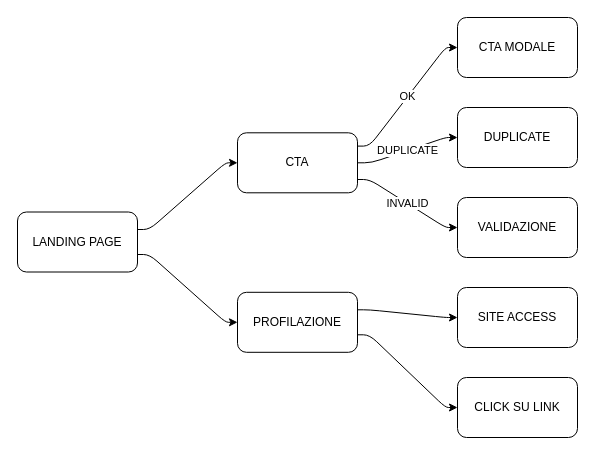
The draw.io diagram design/landingpage.drawio in Diquadro/TrickyDragons-Website, before the edit. Source tidied: cells renumbered, new cells numbered last; positions are measured from the earlier drawing's top-left corner, leaving out a move shared by most shapes. Both pictures are drawn from the tidied source at 100%, with x=0, y=0 at pixel (17, 17).
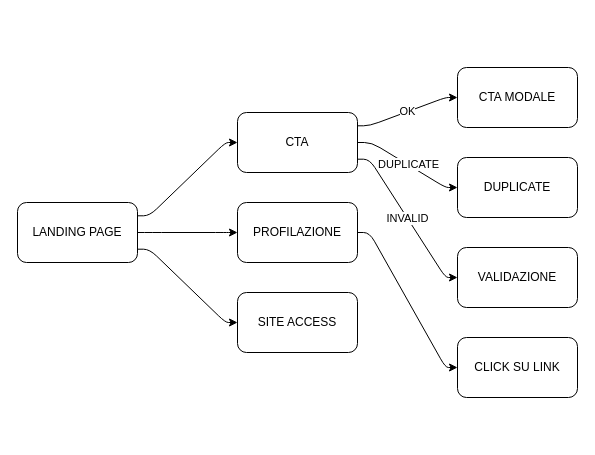
After the change.

The edit, as a diff of the source:
```diff
@@
     <mxCell id="2" style="edgeStyle=none;html=1;noEdgeStyle=1;orthogonal=1;" parent="1" edge="1" source="4" target="8">
       <mxGeometry relative="1" as="geometry">
         <Array as="points">
-          <mxPoint x="132" y="212" />
-          <mxPoint x="208" y="145.3" />
+          <mxPoint x="132" y="198.3" />
+          <mxPoint x="208" y="125" />
         </Array>
       </mxGeometry>
     </mxCell>
     <mxCell id="3" style="edgeStyle=none;html=1;noEdgeStyle=1;orthogonal=1;" parent="1" edge="1" source="4" target="14">
       <mxGeometry relative="1" as="geometry">
         <Array as="points">
-          <mxPoint x="132" y="237" />
-          <mxPoint x="208" y="304.8" />
+          <mxPoint x="134" y="215" />
+          <mxPoint x="208" y="215" />
         </Array>
       </mxGeometry>
     </mxCell>
     <mxCell id="4" value="LANDING PAGE" style="rounded=1;whiteSpace=wrap;html=1;" parent="1" vertex="1">
-      <mxGeometry y="194.5" width="120" height="60" as="geometry" />
+      <mxGeometry y="185" width="120" height="60" as="geometry" />
     </mxCell>
     <mxCell id="5" value="OK" style="edgeStyle=none;html=1;noEdgeStyle=1;orthogonal=1;" parent="1" edge="1" source="8" target="9">
       <mxGeometry relative="1" as="geometry">
         <Array as="points">
-          <mxPoint x="352" y="128.6" />
-          <mxPoint x="428" y="30" />
+          <mxPoint x="352" y="108.3" />
+          <mxPoint x="428" y="80" />
         </Array>
       </mxGeometry>
     </mxCell>
     <mxCell id="6" value="DUPLICATE" style="edgeStyle=none;html=1;noEdgeStyle=1;orthogonal=1;" parent="1" edge="1" source="8" target="10">
-      <mxGeometry relative="1" as="geometry">
+      <mxGeometry x="0.01" relative="1" as="geometry">
         <Array as="points">
-          <mxPoint x="354" y="145.3" />
-          <mxPoint x="428" y="120" />
+          <mxPoint x="354" y="125" />
+          <mxPoint x="428" y="170" />
         </Array>
       </mxGeometry>
     </mxCell>
     <mxCell id="7" value="INVALID" style="edgeStyle=none;html=1;noEdgeStyle=1;orthogonal=1;" parent="1" edge="1" source="8" target="11">
       <mxGeometry relative="1" as="geometry">
         <Array as="points">
-          <mxPoint x="352" y="162" />
-          <mxPoint x="428" y="210" />
+          <mxPoint x="352" y="141.7" />
+          <mxPoint x="428" y="260" />
         </Array>
       </mxGeometry>
     </mxCell>
     <mxCell id="8" value="CTA" style="rounded=1;whiteSpace=wrap;html=1;" parent="1" vertex="1">
-      <mxGeometry x="220" y="115.3" width="120" height="60" as="geometry" />
+      <mxGeometry x="220" y="95" width="120" height="60" as="geometry" />
     </mxCell>
     <mxCell id="9" value="CTA MODALE" style="rounded=1;whiteSpace=wrap;html=1;" parent="1" vertex="1">
-      <mxGeometry x="440" width="120" height="60" as="geometry" />
+      <mxGeometry x="440" y="50" width="120" height="60" as="geometry" />
     </mxCell>
     <mxCell id="10" value="DUPLICATE" style="rounded=1;whiteSpace=wrap;html=1;" parent="1" vertex="1">
-      <mxGeometry x="440" y="90" width="120" height="60" as="geometry" />
+      <mxGeometry x="440" y="140" width="120" height="60" as="geometry" />
     </mxCell>
     <mxCell id="11" value="VALIDAZIONE" style="rounded=1;whiteSpace=wrap;html=1;" parent="1" vertex="1">
-      <mxGeometry x="440" y="180" width="120" height="60" as="geometry" />
+      <mxGeometry x="440" y="230" width="120" height="60" as="geometry" />
     </mxCell>
-    <mxCell id="12" style="edgeStyle=none;html=1;noEdgeStyle=1;orthogonal=1;" parent="1" edge="1" source="14" target="15">
+    <mxCell id="12" style="edgeStyle=none;html=1;noEdgeStyle=1;orthogonal=1;" parent="1" edge="1" source="4" target="15">
       <mxGeometry relative="1" as="geometry">
         <Array as="points">
-          <mxPoint x="352" y="292.3" />
-          <mxPoint x="428" y="300" />
+          <mxPoint x="132" y="231.7" />
+          <mxPoint x="208" y="305" />
         </Array>
       </mxGeometry>
     </mxCell>
     <mxCell id="13" style="edgeStyle=none;html=1;noEdgeStyle=1;orthogonal=1;" parent="1" edge="1" source="14" target="16">
       <mxGeometry relative="1" as="geometry">
         <Array as="points">
-          <mxPoint x="352" y="317.3" />
-          <mxPoint x="428" y="390" />
+          <mxPoint x="352" y="215" />
+          <mxPoint x="428" y="350" />
         </Array>
       </mxGeometry>
     </mxCell>
     <mxCell id="14" value="PROFILAZIONE" style="rounded=1;whiteSpace=wrap;html=1;" parent="1" vertex="1">
-      <mxGeometry x="220" y="274.8" width="120" height="60" as="geometry" />
+      <mxGeometry x="220" y="185" width="120" height="60" as="geometry" />
     </mxCell>
     <mxCell id="15" value="SITE ACCESS" style="rounded=1;whiteSpace=wrap;html=1;" parent="1" vertex="1">
-      <mxGeometry x="440" y="270" width="120" height="60" as="geometry" />
+      <mxGeometry x="220" y="275" width="120" height="60" as="geometry" />
     </mxCell>
     <mxCell id="16" value="CLICK SU LINK" style="rounded=1;whiteSpace=wrap;html=1;" parent="1" vertex="1">
-      <mxGeometry x="440" y="360" width="120" height="60" as="geometry" />
+      <mxGeometry x="440" y="320" width="120" height="60" as="geometry" />
     </mxCell>
```
